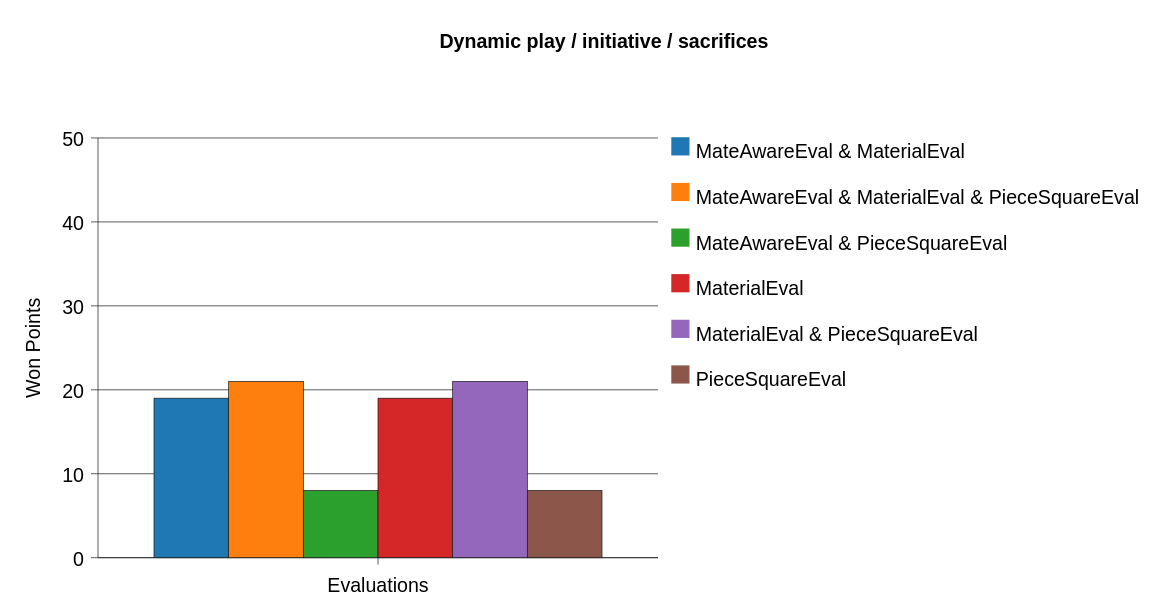
l2c0r3/blobfish keeps this PlantUML diagram as docs/evaluation/report/movequality/DynamicPlayInitiativeSacrifices.svg. Above is the earlier version. Its diagram source:
```plantuml
@startchart

title
Dynamic play / initiative / sacrifices
end title

h-axis [ Evaluations ]
v-axis "Won Points" 0 --> 50.0 spacing 10.0 grid

bar "MateAwareEval & MaterialEval"[ 19.0 ] #1F77B4
bar "MateAwareEval & MaterialEval & PieceSquareEval"[ 21.0 ] #FF7F0E
bar "MateAwareEval & PieceSquareEval"[ 8.0 ] #2CA02C
bar "MaterialEval"[ 19.0 ] #D62728
bar "MaterialEval & PieceSquareEval"[ 21.0 ] #9467BD
bar "PieceSquareEval"[ 8.0 ] #8C564B

legend right
@endchart
```
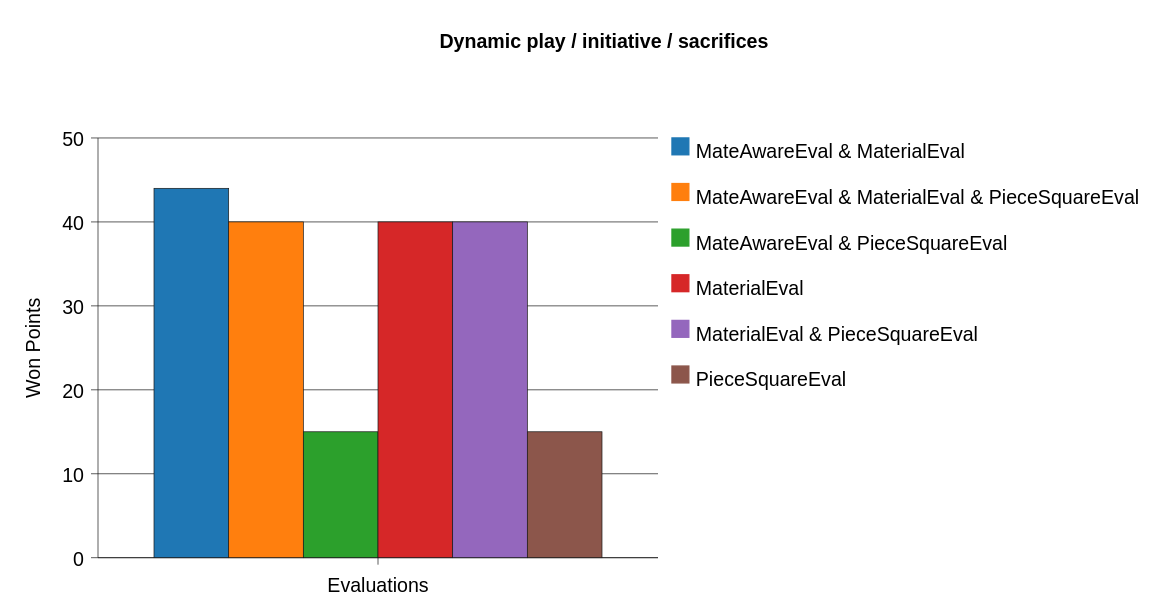
After the change.

What changed in the source:
```diff
@@ -7,12 +7,12 @@
 h-axis [ Evaluations ]
 v-axis "Won Points" 0 --> 50.0 spacing 10.0 grid
 
-bar "MateAwareEval & MaterialEval"[ 19.0 ] #1F77B4
-bar "MateAwareEval & MaterialEval & PieceSquareEval"[ 21.0 ] #FF7F0E
-bar "MateAwareEval & PieceSquareEval"[ 8.0 ] #2CA02C
-bar "MaterialEval"[ 19.0 ] #D62728
-bar "MaterialEval & PieceSquareEval"[ 21.0 ] #9467BD
-bar "PieceSquareEval"[ 8.0 ] #8C564B
+bar "MateAwareEval & MaterialEval"[ 44.0 ] #1F77B4
+bar "MateAwareEval & MaterialEval & PieceSquareEval"[ 40.0 ] #FF7F0E
+bar "MateAwareEval & PieceSquareEval"[ 15.0 ] #2CA02C
+bar "MaterialEval"[ 40.0 ] #D62728
+bar "MaterialEval & PieceSquareEval"[ 40.0 ] #9467BD
+bar "PieceSquareEval"[ 15.0 ] #8C564B
 
 legend right
 @endchart
```
